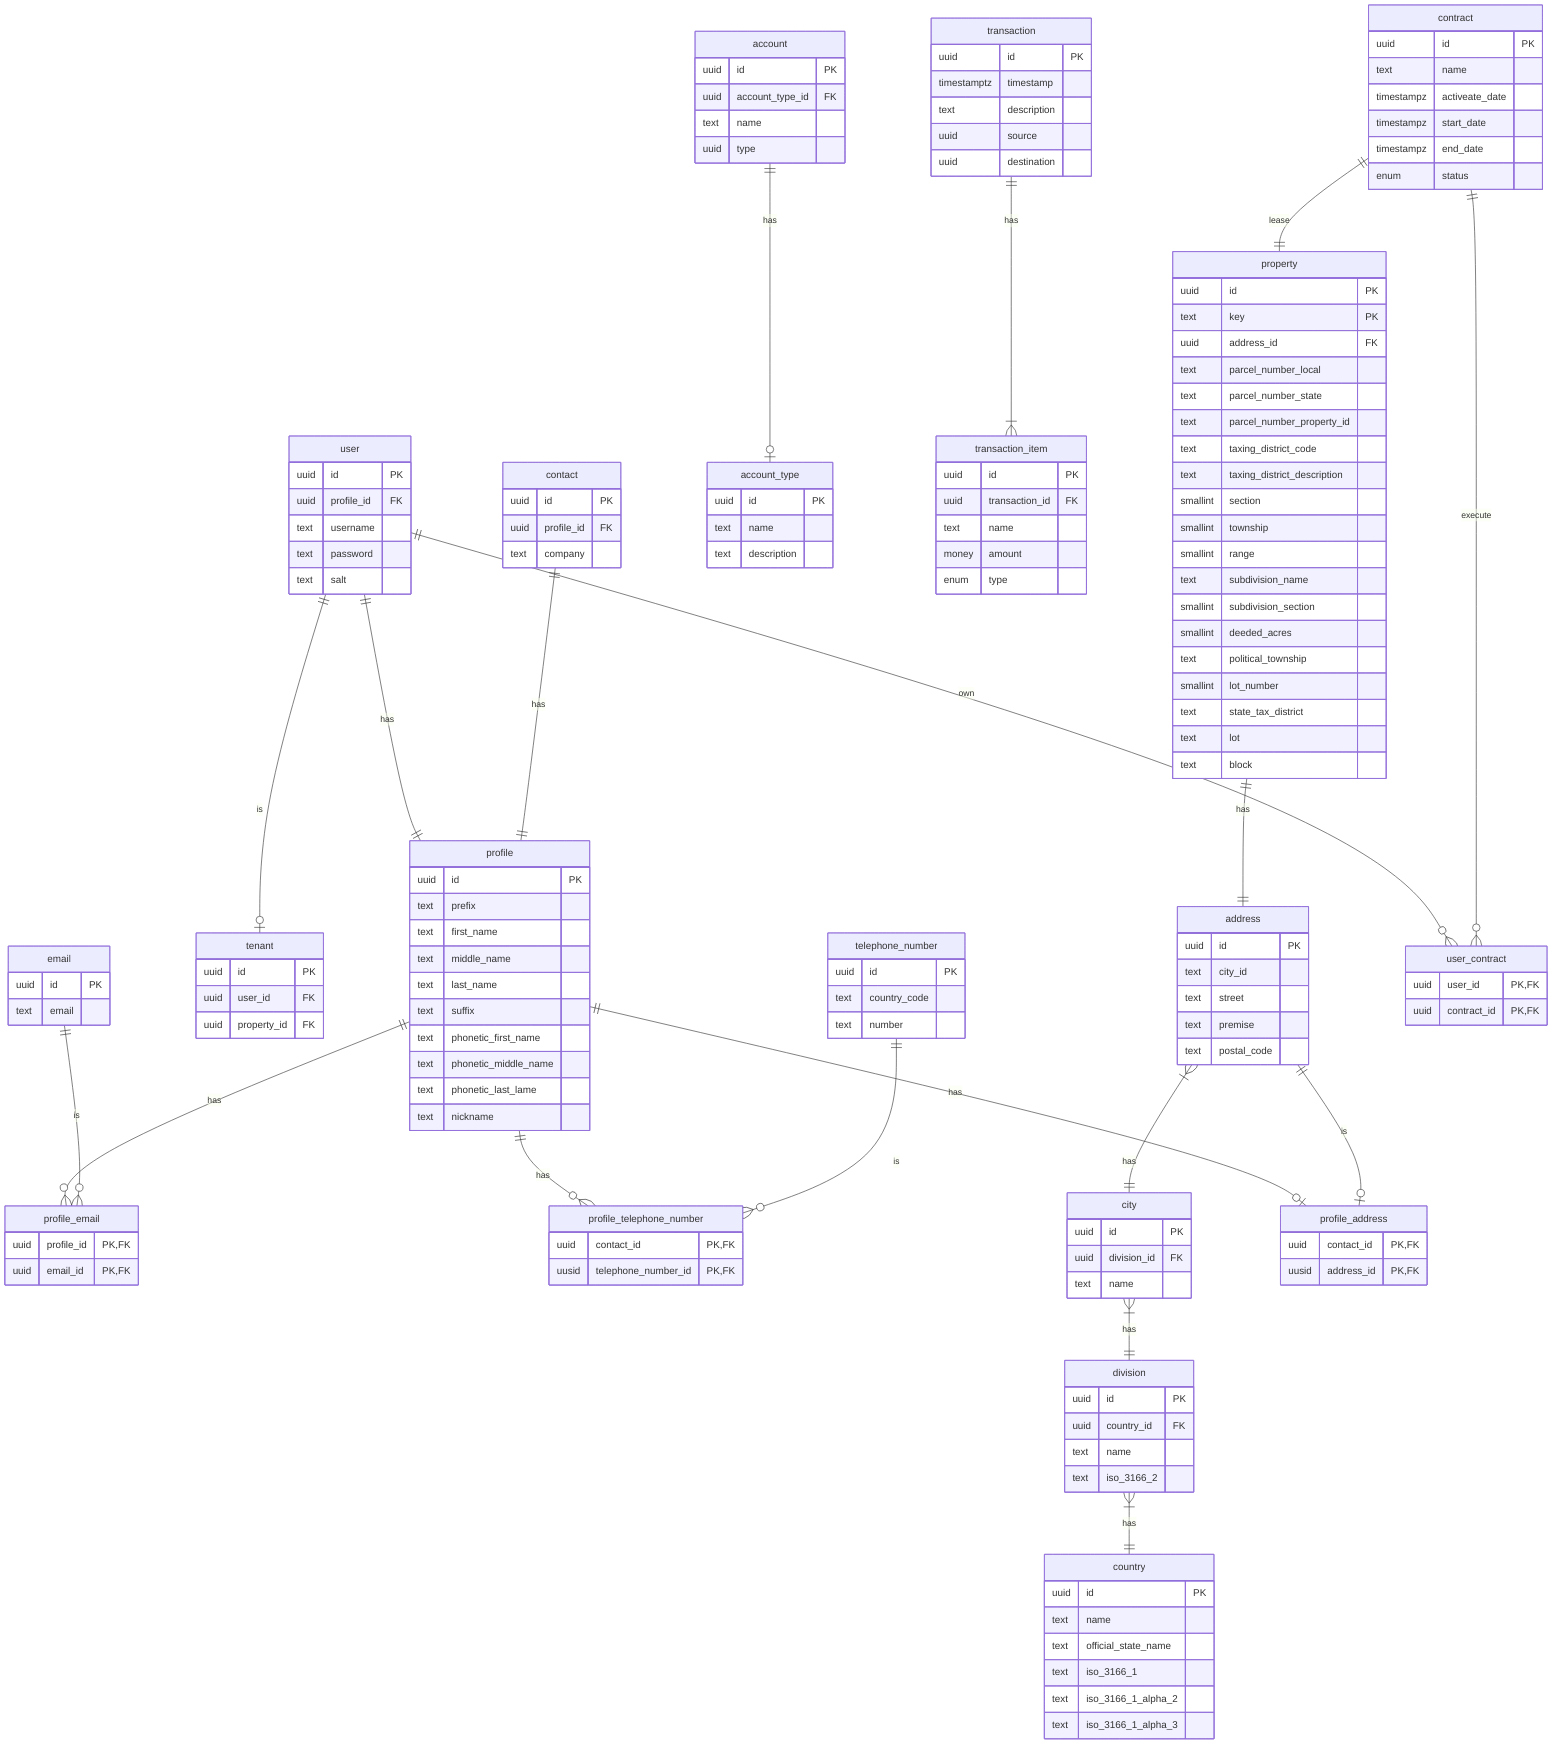
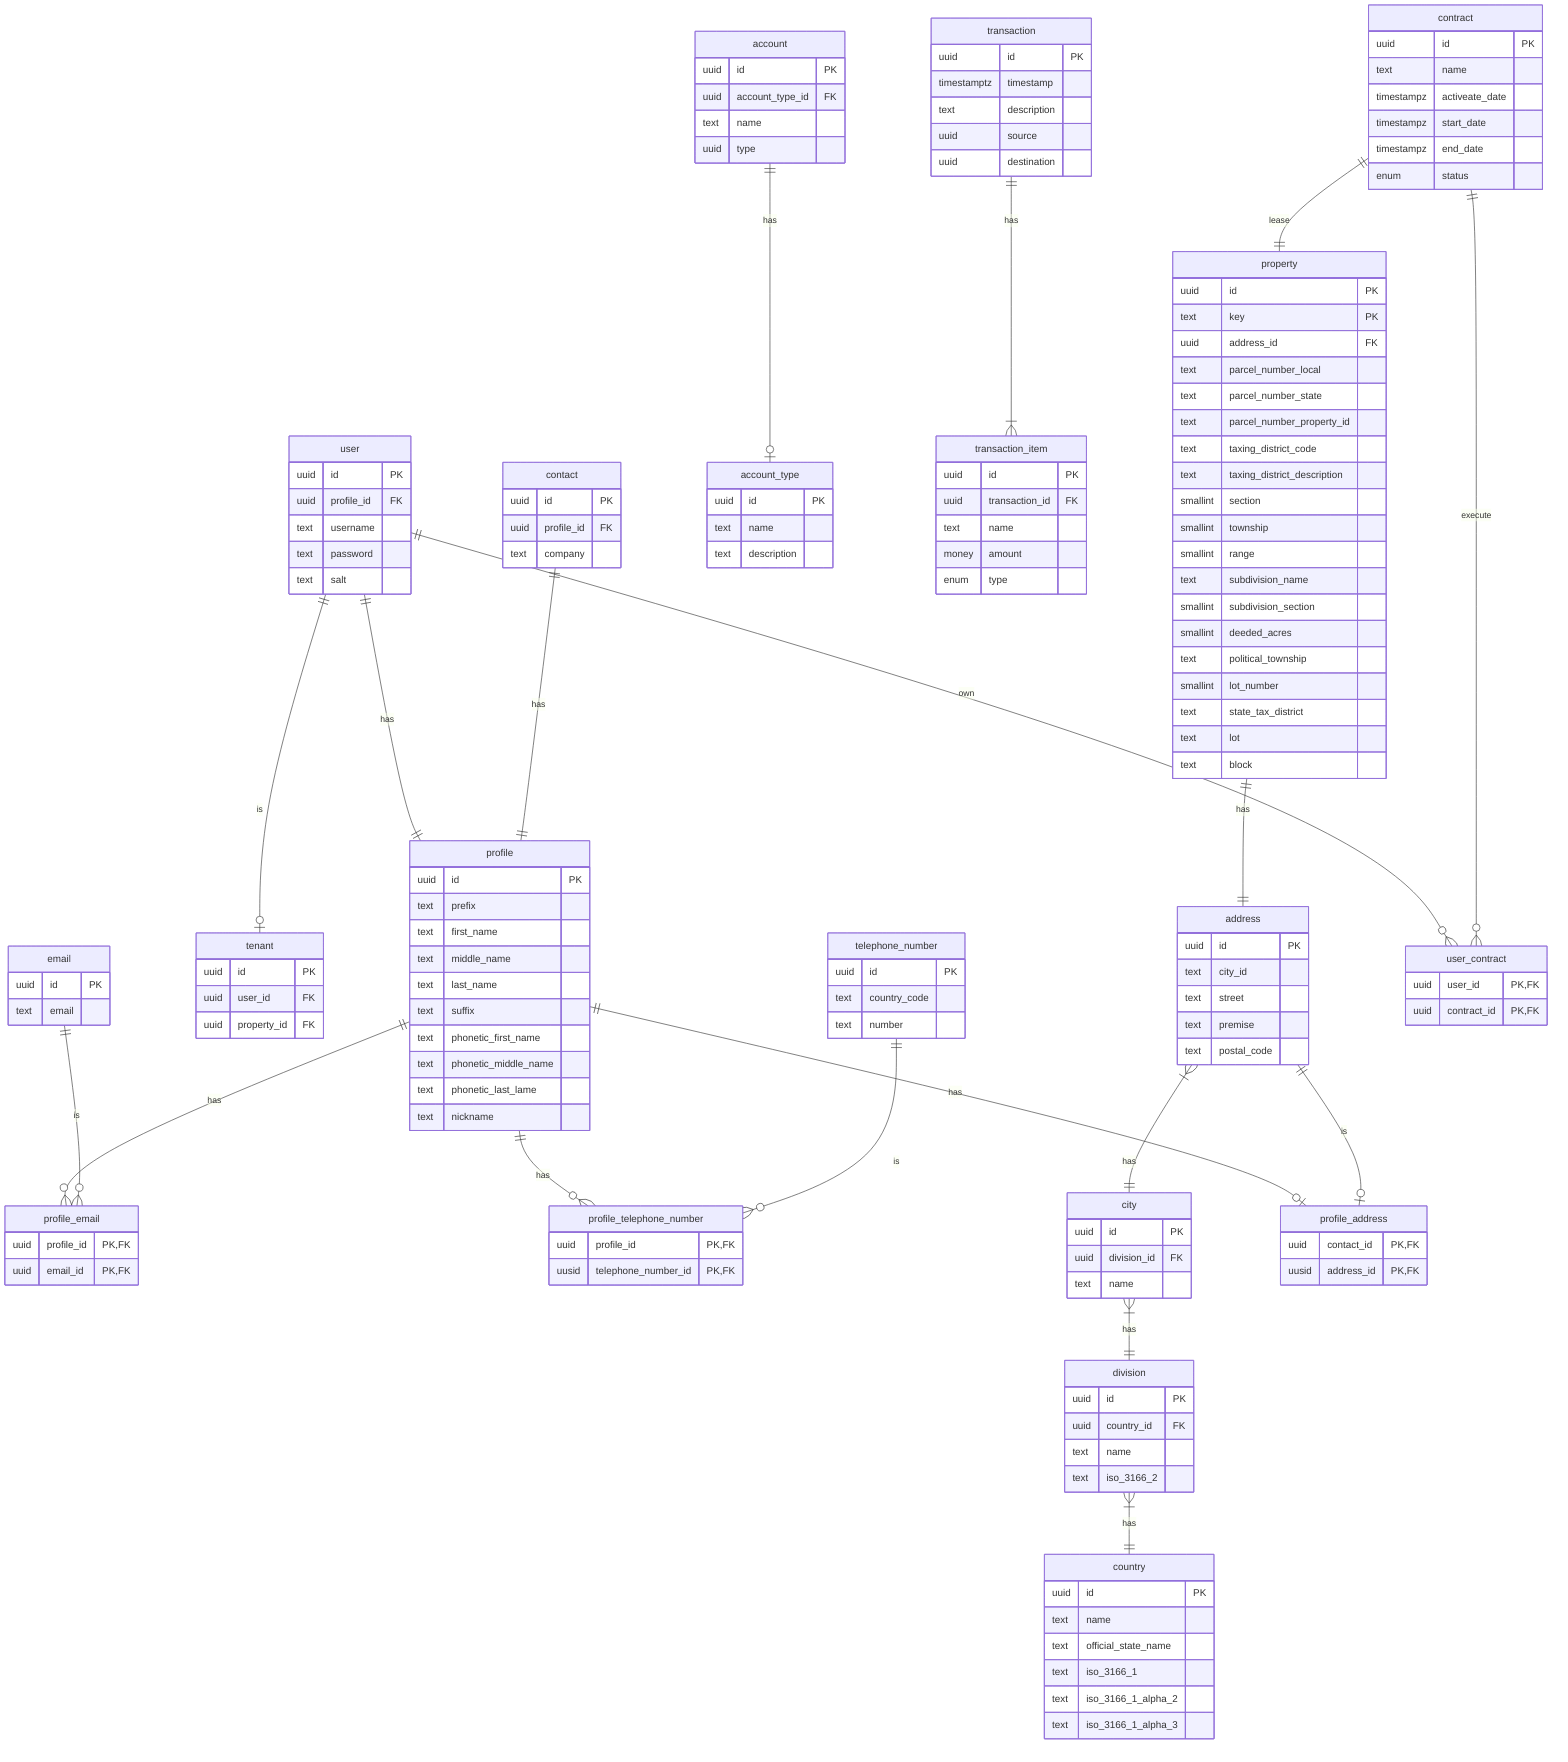
erDiagram
    %% User
    %% The user of the system
    user ||--|| profile : has
    user ||--o| tenant : is
    user {
        uuid id PK
        uuid profile_id FK
        text username
        text password
        text salt
    }

    %% Contact
    contact ||--|| profile : has
    contact {
        uuid id PK
        uuid profile_id FK
        text company
    }

    %% Profile
    profile {
        uuid id PK
        text prefix
        text first_name
        text middle_name
        text last_name
        text suffix
        text phonetic_first_name
        text phonetic_middle_name
        text phonetic_last_lame
        text nickname
    }

    %% Email
    email {
        uuid id PK
        text email
    }

    profile ||--o{ profile_email : has
    email ||--o{ profile_email : is
    profile_email {
        uuid profile_id PK,FK
        uuid email_id PK,FK
    }

    %% Telephone Number
    telephone_number {
        uuid id PK
        text country_code
        text number
    }

    profile ||--o{ profile_telephone_number : has
    telephone_number ||--o{ profile_telephone_number : is
    profile_telephone_number {
-         uuid contact_id PK,FK
+         uuid profile_id PK,FK
        uusid telephone_number_id PK,FK
    }

    %% Address
    address }|--|| city : has
    address {
        uuid id PK
        text city_id
        text street
        text premise
        text postal_code
    }

    profile ||--o| profile_address : has
    address ||--o| profile_address : is
    profile_address {
        uuid contact_id PK,FK
        uusid address_id PK,FK
    }

    %% City
    city }|--|| division : has
    city {
        uuid id PK
        uuid division_id FK
        text name
    }

    %% Division
    division }|--|| country : has
    division {
        uuid id PK
        uuid country_id FK
        text name
        text iso_3166_2
    }

    %% Country
    country {
        uuid id PK
        text name
        text official_state_name
        text iso_3166_1
        text iso_3166_1_alpha_2
        text iso_3166_1_alpha_3
    }

    %% Account
    account {
        uuid id PK
        uuid account_type_id FK
        text name
        uuid type
    }

    account ||--o| account_type : has
    account_type {
        uuid id PK
        text name
        text description
    }

    %% Transaction
    transaction {
        uuid id PK
        timestamptz timestamp
        text description
        uuid source
        uuid destination
        %% money original_cost
        %% money tax
        %% money adjustment
        %% money discount
        %% enum tax_expense
    }

    %% Transaction Item
    transaction ||--|{ transaction_item : has
    transaction_item {
        uuid id PK
        uuid transaction_id FK
        %% Category?
        text name
        money amount
        enum type
    }

    %% Tenant
    tenant {
        uuid id PK
        uuid user_id FK
        uuid property_id FK
    }

    %% Contract
    contract ||--|| property : lease
    contract {
        uuid id PK
        text name
        timestampz activeate_date
        timestampz start_date
        timestampz end_date
        enum status
    }

    %% User Contract
    user ||--o{ user_contract : own
    contract ||--o{ user_contract : execute
    user_contract {
        uuid user_id PK,FK
        uuid contract_id PK,FK
    }

    %% Property
    property ||--|| address : has
    property {
        uuid id PK
        text key PK
        uuid address_id FK
        text parcel_number_local
        text parcel_number_state
        text parcel_number_property_id
        text taxing_district_code
        text taxing_district_description
        smallint section
        smallint township
        smallint range
        text subdivision_name
        smallint subdivision_section
        smallint deeded_acres
        text political_township
        smallint lot_number
        text state_tax_district
        text lot
        text block
    }
